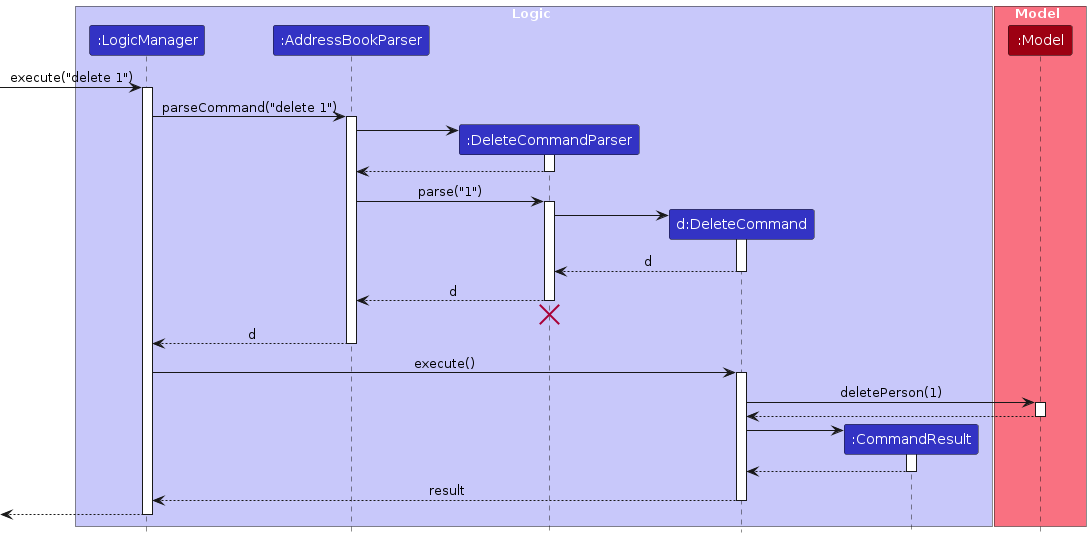
Before: diagrams/DeleteSequenceDiagram.png, a diagram exported from PlantUML (zhonghan721/tp). Its source is kept beside it as diagrams/DeleteSequenceDiagram.puml. Source of this version:
```plantuml
@startuml
!include style.puml
skinparam ArrowFontStyle plain

box Logic LOGIC_COLOR_T1
participant ":LogicManager" as LogicManager LOGIC_COLOR
participant ":AddressBookParser" as AddressBookParser LOGIC_COLOR
participant ":DeleteCommandParser" as DeleteCommandParser LOGIC_COLOR
participant "d:DeleteCommand" as DeleteCommand LOGIC_COLOR
participant ":CommandResult" as CommandResult LOGIC_COLOR
end box

box Model MODEL_COLOR_T1
participant ":Model" as Model MODEL_COLOR
end box

[-> LogicManager : execute("delete 1")
activate LogicManager

LogicManager -> AddressBookParser : parseCommand("delete 1")
activate AddressBookParser

create DeleteCommandParser
AddressBookParser -> DeleteCommandParser
activate DeleteCommandParser

DeleteCommandParser --> AddressBookParser
deactivate DeleteCommandParser

AddressBookParser -> DeleteCommandParser : parse("1")
activate DeleteCommandParser

create DeleteCommand
DeleteCommandParser -> DeleteCommand
activate DeleteCommand

DeleteCommand --> DeleteCommandParser : d
deactivate DeleteCommand

DeleteCommandParser --> AddressBookParser : d
deactivate DeleteCommandParser
DeleteCommandParser -[hidden]-> AddressBookParser
destroy DeleteCommandParser

AddressBookParser --> LogicManager : d
deactivate AddressBookParser

LogicManager -> DeleteCommand : execute()
activate DeleteCommand

DeleteCommand -> Model : deletePerson(1)
activate Model

Model --> DeleteCommand
deactivate Model

create CommandResult
DeleteCommand -> CommandResult
activate CommandResult

CommandResult --> DeleteCommand
deactivate CommandResult

DeleteCommand --> LogicManager : result
deactivate DeleteCommand

[<--LogicManager
deactivate LogicManager
@enduml
```
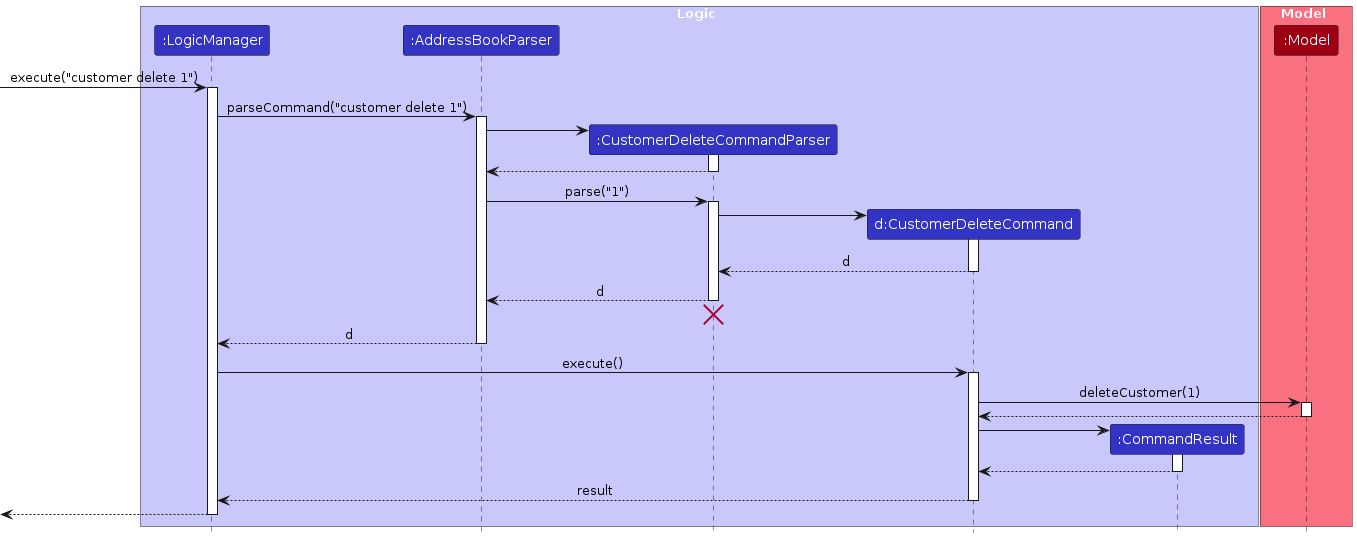
After the change.

Diff of the diagram source:
```diff
@@ -5,8 +5,8 @@
 box Logic LOGIC_COLOR_T1
 participant ":LogicManager" as LogicManager LOGIC_COLOR
 participant ":AddressBookParser" as AddressBookParser LOGIC_COLOR
-participant ":DeleteCommandParser" as DeleteCommandParser LOGIC_COLOR
-participant "d:DeleteCommand" as DeleteCommand LOGIC_COLOR
+participant ":CustomerDeleteCommandParser" as CustomerDeleteCommandParser LOGIC_COLOR
+participant "d:CustomerDeleteCommand" as CustomerDeleteCommand LOGIC_COLOR
 participant ":CommandResult" as CommandResult LOGIC_COLOR
 end box
 
@@ -14,55 +14,55 @@
 participant ":Model" as Model MODEL_COLOR
 end box
 
-[-> LogicManager : execute("delete 1")
+[-> LogicManager : execute("customer delete 1")
 activate LogicManager
 
-LogicManager -> AddressBookParser : parseCommand("delete 1")
+LogicManager -> AddressBookParser : parseCommand("customer delete 1")
 activate AddressBookParser
 
-create DeleteCommandParser
-AddressBookParser -> DeleteCommandParser
-activate DeleteCommandParser
+create CustomerDeleteCommandParser
+AddressBookParser -> CustomerDeleteCommandParser
+activate CustomerDeleteCommandParser
 
-DeleteCommandParser --> AddressBookParser
-deactivate DeleteCommandParser
+CustomerDeleteCommandParser --> AddressBookParser
+deactivate CustomerDeleteCommandParser
 
-AddressBookParser -> DeleteCommandParser : parse("1")
-activate DeleteCommandParser
+AddressBookParser -> CustomerDeleteCommandParser : parse("1")
+activate CustomerDeleteCommandParser
 
-create DeleteCommand
-DeleteCommandParser -> DeleteCommand
-activate DeleteCommand
+create CustomerDeleteCommand
+CustomerDeleteCommandParser -> CustomerDeleteCommand
+activate CustomerDeleteCommand
 
-DeleteCommand --> DeleteCommandParser : d
-deactivate DeleteCommand
+CustomerDeleteCommand --> CustomerDeleteCommandParser : d
+deactivate CustomerDeleteCommand
 
-DeleteCommandParser --> AddressBookParser : d
-deactivate DeleteCommandParser
-DeleteCommandParser -[hidden]-> AddressBookParser
-destroy DeleteCommandParser
+CustomerDeleteCommandParser --> AddressBookParser : d
+deactivate CustomerDeleteCommandParser
+CustomerDeleteCommandParser -[hidden]-> AddressBookParser
+destroy CustomerDeleteCommandParser
 
 AddressBookParser --> LogicManager : d
 deactivate AddressBookParser
 
-LogicManager -> DeleteCommand : execute()
-activate DeleteCommand
+LogicManager -> CustomerDeleteCommand : execute()
+activate CustomerDeleteCommand
 
-DeleteCommand -> Model : deletePerson(1)
+CustomerDeleteCommand -> Model : deleteCustomer(1)
 activate Model
 
-Model --> DeleteCommand
+Model --> CustomerDeleteCommand
 deactivate Model
 
 create CommandResult
-DeleteCommand -> CommandResult
+CustomerDeleteCommand -> CommandResult
 activate CommandResult
 
-CommandResult --> DeleteCommand
+CommandResult --> CustomerDeleteCommand
 deactivate CommandResult
 
-DeleteCommand --> LogicManager : result
-deactivate DeleteCommand
+CustomerDeleteCommand --> LogicManager : result
+deactivate CustomerDeleteCommand
 
 [<--LogicManager
 deactivate LogicManager
```
